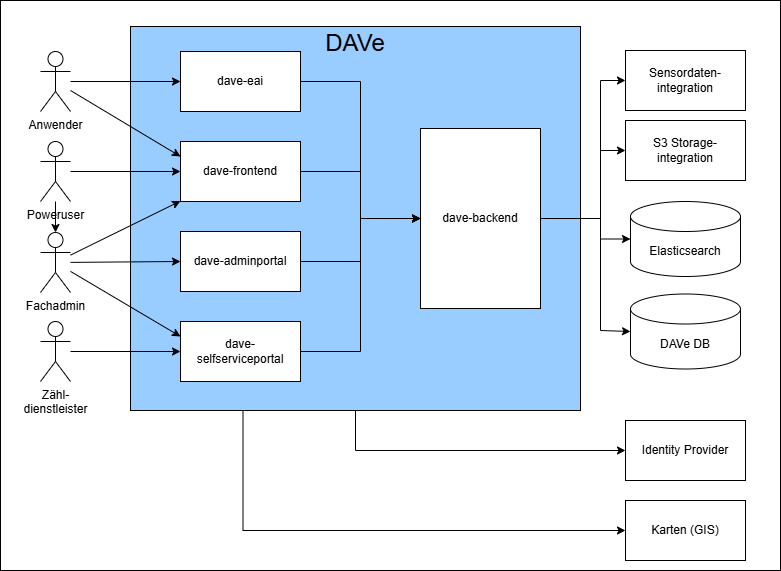
it-at-m/dave keeps this draw.io diagram as docs/src/img/DAVe_Technischer_Kontext.drawio.png. Above is the earlier version. Source tidied: cells renumbered, new cells last; positions are measured from the earlier drawing's top-left corner, leaving out a move shared by most shapes.
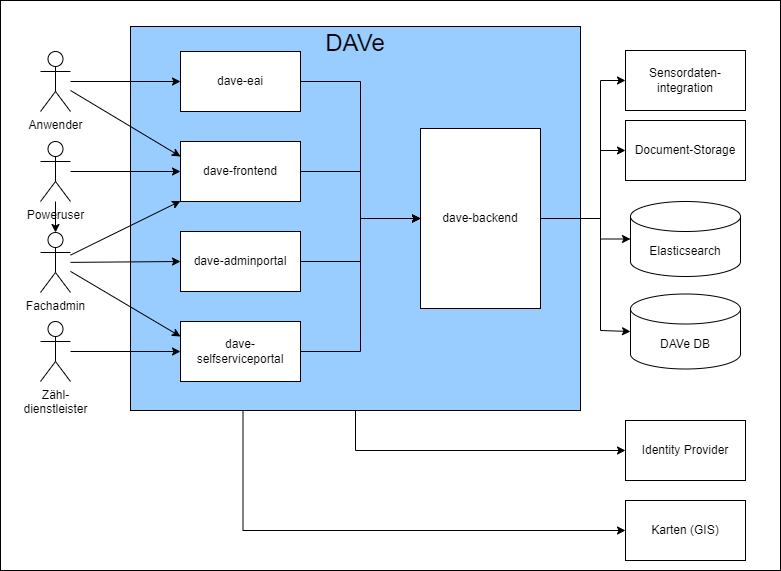
The same diagram one commit later.

Commit message:
FV-110 Umzug Document-Storage-EAI

Diff of the diagram source:
```diff
@@ -2,58 +2,58 @@
   <root>
     <mxCell id="0" />
     <mxCell id="1" parent="0" />
-    <mxCell id="2" style="rounded=0;whiteSpace=wrap;html=1;fillColor=light-dark(#FFFFFF,#FFFFFF);" parent="1" vertex="1">
+    <mxCell id="2" style="rounded=0;whiteSpace=wrap;html=1;fillColor=#FFFFFF;" parent="1" vertex="1">
       <mxGeometry width="780" height="570" as="geometry" />
     </mxCell>
-    <mxCell id="3" value="&lt;font style=&quot;color: light-dark(rgb(0, 0, 0), rgb(0, 0, 0));&quot;&gt;Sensordaten-integration&lt;/font&gt;" style="rounded=0;whiteSpace=wrap;html=1;fillColor=none;strokeColor=light-dark(#000000,#000000);" parent="1" vertex="1">
+    <mxCell id="3" value="&lt;font style=&quot;color: light-dark(rgb(0, 0, 0), rgb(0, 0, 0));&quot;&gt;Sensordaten-integration&lt;/font&gt;" style="rounded=0;whiteSpace=wrap;html=1;fillColor=none;strokeColor=#000000;" parent="1" vertex="1">
       <mxGeometry x="625" y="50" width="120" height="60" as="geometry" />
     </mxCell>
-    <mxCell id="4" value="Fachadmin" style="shape=umlActor;verticalLabelPosition=bottom;verticalAlign=top;html=1;outlineConnect=0;fontColor=light-dark(#000000,#000000);strokeColor=light-dark(#000000,#000000);fillColor=none;" parent="1" vertex="1">
+    <mxCell id="4" value="Fachadmin" style="shape=umlActor;verticalLabelPosition=bottom;verticalAlign=top;html=1;outlineConnect=0;fontColor=light-dark(#000000,#000000);strokeColor=#000000;fillColor=none;" parent="1" vertex="1">
       <mxGeometry x="40" y="232" width="30" height="60" as="geometry" />
     </mxCell>
-    <mxCell id="5" value="Zähl-&lt;br&gt;dienstleister" style="shape=umlActor;verticalLabelPosition=bottom;verticalAlign=top;html=1;outlineConnect=0;strokeColor=light-dark(#000000,#000000);fontColor=light-dark(#000000,#000000);fillColor=none;" parent="1" vertex="1">
+    <mxCell id="5" value="Zähl-&lt;br&gt;dienstleister" style="shape=umlActor;verticalLabelPosition=bottom;verticalAlign=top;html=1;outlineConnect=0;strokeColor=#000000;fontColor=light-dark(#000000,#000000);fillColor=none;" parent="1" vertex="1">
       <mxGeometry x="40" y="321" width="30" height="60" as="geometry" />
     </mxCell>
-    <mxCell id="6" style="edgeStyle=orthogonalEdgeStyle;rounded=0;jettySize=auto;html=1;exitX=0.5;exitY=1;exitDx=0;exitDy=0;entryX=0;entryY=0.5;entryDx=0;entryDy=0;strokeColor=light-dark(#000000,#000000);" parent="1" edge="1" source="7" target="29">
+    <mxCell id="6" style="edgeStyle=orthogonalEdgeStyle;rounded=0;jettySize=auto;html=1;exitX=0.5;exitY=1;exitDx=0;exitDy=0;entryX=0;entryY=0.5;entryDx=0;entryDy=0;strokeColor=#000000;" parent="1" edge="1" source="7" target="29">
       <mxGeometry relative="1" as="geometry" />
     </mxCell>
     <mxCell id="7" value="&lt;font style=&quot;font-size: 24px; color: light-dark(rgb(0, 0, 0), rgb(0, 0, 0));&quot;&gt;DAVe&lt;/font&gt;&lt;div&gt;&lt;font style=&quot;color: light-dark(rgb(0, 0, 0), rgb(0, 0, 0));&quot; size=&quot;3&quot;&gt;&lt;br&gt;&lt;/font&gt;&lt;/div&gt;&lt;div&gt;&lt;font style=&quot;color: light-dark(rgb(0, 0, 0), rgb(0, 0, 0));&quot; size=&quot;3&quot;&gt;&lt;br&gt;&lt;/font&gt;&lt;/div&gt;&lt;div&gt;&lt;font style=&quot;color: light-dark(rgb(0, 0, 0), rgb(0, 0, 0));&quot; size=&quot;3&quot;&gt;&lt;br&gt;&lt;/font&gt;&lt;/div&gt;&lt;div&gt;&lt;font style=&quot;color: light-dark(rgb(0, 0, 0), rgb(0, 0, 0));&quot; size=&quot;3&quot;&gt;&lt;br&gt;&lt;/font&gt;&lt;/div&gt;&lt;div&gt;&lt;font style=&quot;color: light-dark(rgb(0, 0, 0), rgb(0, 0, 0));&quot; size=&quot;3&quot;&gt;&lt;br&gt;&lt;/font&gt;&lt;/div&gt;&lt;div&gt;&lt;font style=&quot;color: light-dark(rgb(0, 0, 0), rgb(0, 0, 0));&quot; size=&quot;3&quot;&gt;&lt;br&gt;&lt;/font&gt;&lt;/div&gt;&lt;div&gt;&lt;font style=&quot;color: light-dark(rgb(0, 0, 0), rgb(0, 0, 0));&quot; size=&quot;3&quot;&gt;&lt;br&gt;&lt;/font&gt;&lt;/div&gt;&lt;div&gt;&lt;font style=&quot;color: light-dark(rgb(0, 0, 0), rgb(0, 0, 0));&quot; size=&quot;3&quot;&gt;&lt;br&gt;&lt;/font&gt;&lt;/div&gt;&lt;div&gt;&lt;br&gt;&lt;/div&gt;&lt;div&gt;&lt;font style=&quot;color: light-dark(rgb(0, 0, 0), rgb(0, 0, 0));&quot; size=&quot;3&quot;&gt;&lt;br&gt;&lt;/font&gt;&lt;/div&gt;&lt;div&gt;&lt;font style=&quot;color: light-dark(rgb(0, 0, 0), rgb(0, 0, 0));&quot; size=&quot;3&quot;&gt;&lt;br&gt;&lt;/font&gt;&lt;/div&gt;&lt;div&gt;&lt;font style=&quot;color: light-dark(rgb(0, 0, 0), rgb(0, 0, 0));&quot; size=&quot;3&quot;&gt;&lt;br&gt;&lt;/font&gt;&lt;/div&gt;&lt;div&gt;&lt;font style=&quot;color: light-dark(rgb(0, 0, 0), rgb(0, 0, 0));&quot; size=&quot;3&quot;&gt;&lt;br&gt;&lt;/font&gt;&lt;/div&gt;&lt;div&gt;&lt;font style=&quot;color: light-dark(rgb(0, 0, 0), rgb(0, 0, 0));&quot; size=&quot;3&quot;&gt;&lt;br&gt;&lt;/font&gt;&lt;/div&gt;&lt;div&gt;&lt;font style=&quot;color: light-dark(rgb(0, 0, 0), rgb(0, 0, 0));&quot; size=&quot;3&quot;&gt;&lt;br&gt;&lt;/font&gt;&lt;/div&gt;&lt;div&gt;&lt;font style=&quot;color: light-dark(rgb(0, 0, 0), rgb(0, 0, 0));&quot;&gt;&lt;br&gt;&lt;/font&gt;&lt;/div&gt;&lt;div&gt;&lt;font style=&quot;color: light-dark(rgb(0, 0, 0), rgb(0, 0, 0));&quot; size=&quot;3&quot;&gt;&lt;br&gt;&lt;/font&gt;&lt;/div&gt;&lt;div&gt;&lt;font style=&quot;color: light-dark(rgb(0, 0, 0), rgb(0, 0, 0));&quot; size=&quot;3&quot;&gt;&lt;br&gt;&lt;/font&gt;&lt;/div&gt;&lt;div&gt;&lt;br&gt;&lt;/div&gt;" style="rounded=0;whiteSpace=wrap;html=1;fillColor=#99CCFF;strokeColor=#000000;" parent="1" vertex="1">
       <mxGeometry x="130" y="26" width="450" height="384" as="geometry" />
     </mxCell>
-    <mxCell id="8" style="rounded=0;jettySize=auto;html=1;strokeColor=light-dark(#000000,#000000);entryX=0;entryY=0.5;entryDx=0;entryDy=0;" parent="1" edge="1" source="10" target="18">
+    <mxCell id="8" style="rounded=0;jettySize=auto;html=1;strokeColor=#000000;entryX=0;entryY=0.5;entryDx=0;entryDy=0;" parent="1" edge="1" source="10" target="18">
       <mxGeometry relative="1" as="geometry" />
     </mxCell>
-    <mxCell id="9" style="rounded=0;jettySize=auto;html=1;entryX=0;entryY=0.25;entryDx=0;entryDy=0;strokeColor=light-dark(#000000,#000000);" parent="1" edge="1" source="10" target="12">
+    <mxCell id="9" style="rounded=0;jettySize=auto;html=1;entryX=0;entryY=0.25;entryDx=0;entryDy=0;strokeColor=#000000;" parent="1" edge="1" source="10" target="12">
       <mxGeometry relative="1" as="geometry" />
     </mxCell>
-    <mxCell id="10" value="Anwender" style="shape=umlActor;verticalLabelPosition=bottom;verticalAlign=top;html=1;outlineConnect=0;strokeColor=light-dark(#000000,#000000);fontColor=light-dark(#000000,#000000);fillColor=none;" parent="1" vertex="1">
+    <mxCell id="10" value="Anwender" style="shape=umlActor;verticalLabelPosition=bottom;verticalAlign=top;html=1;outlineConnect=0;strokeColor=#000000;fontColor=light-dark(#000000,#000000);fillColor=none;" parent="1" vertex="1">
       <mxGeometry x="40" y="51" width="30" height="60" as="geometry" />
     </mxCell>
-    <mxCell id="11" style="edgeStyle=orthogonalEdgeStyle;rounded=0;jettySize=auto;html=1;exitX=1;exitY=0.5;exitDx=0;exitDy=0;entryX=0;entryY=0.5;entryDx=0;entryDy=0;strokeColor=light-dark(#000000,#000000);" parent="1" edge="1" source="12" target="21">
+    <mxCell id="11" style="edgeStyle=orthogonalEdgeStyle;rounded=0;jettySize=auto;html=1;exitX=1;exitY=0.5;exitDx=0;exitDy=0;entryX=0;entryY=0.5;entryDx=0;entryDy=0;strokeColor=#000000;" parent="1" edge="1" source="12" target="21">
       <mxGeometry relative="1" as="geometry" />
     </mxCell>
-    <mxCell id="12" value="&lt;font color=&quot;#000000&quot;&gt;dave-frontend&lt;/font&gt;" style="rounded=0;whiteSpace=wrap;html=1;fillColor=#FFFFFF;strokeColor=light-dark(#000000,#000000);" parent="1" vertex="1">
+    <mxCell id="12" value="&lt;font color=&quot;#000000&quot;&gt;dave-frontend&lt;/font&gt;" style="rounded=0;whiteSpace=wrap;html=1;fillColor=#FFFFFF;strokeColor=#000000;" parent="1" vertex="1">
       <mxGeometry x="180" y="141" width="120" height="60" as="geometry" />
     </mxCell>
-    <mxCell id="13" style="edgeStyle=orthogonalEdgeStyle;rounded=0;jettySize=auto;html=1;exitX=1;exitY=0.5;exitDx=0;exitDy=0;entryX=0;entryY=0.5;entryDx=0;entryDy=0;strokeColor=light-dark(#000000,#000000);" parent="1" edge="1" source="14" target="21">
+    <mxCell id="13" style="edgeStyle=orthogonalEdgeStyle;rounded=0;jettySize=auto;html=1;exitX=1;exitY=0.5;exitDx=0;exitDy=0;entryX=0;entryY=0.5;entryDx=0;entryDy=0;strokeColor=#000000;" parent="1" edge="1" source="14" target="21">
       <mxGeometry relative="1" as="geometry" />
     </mxCell>
-    <mxCell id="14" value="&lt;font color=&quot;#000000&quot;&gt;dave-adminportal&lt;/font&gt;" style="rounded=0;whiteSpace=wrap;html=1;fillColor=#FFFFFF;strokeColor=light-dark(#000000,#000000);" parent="1" vertex="1">
+    <mxCell id="14" value="&lt;font color=&quot;#000000&quot;&gt;dave-adminportal&lt;/font&gt;" style="rounded=0;whiteSpace=wrap;html=1;fillColor=#FFFFFF;strokeColor=#000000;" parent="1" vertex="1">
       <mxGeometry x="180" y="231" width="120" height="60" as="geometry" />
     </mxCell>
-    <mxCell id="15" style="edgeStyle=orthogonalEdgeStyle;rounded=0;jettySize=auto;html=1;exitX=1;exitY=0.5;exitDx=0;exitDy=0;entryX=0;entryY=0.5;entryDx=0;entryDy=0;strokeColor=light-dark(#000000,#000000);" parent="1" edge="1" source="16" target="21">
+    <mxCell id="15" style="edgeStyle=orthogonalEdgeStyle;rounded=0;jettySize=auto;html=1;exitX=1;exitY=0.5;exitDx=0;exitDy=0;entryX=0;entryY=0.5;entryDx=0;entryDy=0;strokeColor=#000000;" parent="1" edge="1" source="16" target="21">
       <mxGeometry relative="1" as="geometry" />
     </mxCell>
-    <mxCell id="16" value="&lt;font color=&quot;#000000&quot;&gt;dave-&lt;/font&gt;&lt;div&gt;&lt;font color=&quot;#000000&quot;&gt;selfserviceportal&lt;/font&gt;&lt;/div&gt;" style="rounded=0;whiteSpace=wrap;html=1;fillColor=#FFFFFF;strokeColor=light-dark(#000000,#000000);" parent="1" vertex="1">
+    <mxCell id="16" value="&lt;font color=&quot;#000000&quot;&gt;dave-&lt;/font&gt;&lt;div&gt;&lt;font color=&quot;#000000&quot;&gt;selfserviceportal&lt;/font&gt;&lt;/div&gt;" style="rounded=0;whiteSpace=wrap;html=1;fillColor=#FFFFFF;strokeColor=#000000;" parent="1" vertex="1">
       <mxGeometry x="180" y="321" width="120" height="60" as="geometry" />
     </mxCell>
-    <mxCell id="17" style="edgeStyle=orthogonalEdgeStyle;rounded=0;jettySize=auto;html=1;exitX=1;exitY=0.5;exitDx=0;exitDy=0;entryX=0;entryY=0.5;entryDx=0;entryDy=0;strokeColor=light-dark(#000000,#000000);" parent="1" edge="1" source="18" target="21">
+    <mxCell id="17" style="edgeStyle=orthogonalEdgeStyle;rounded=0;jettySize=auto;html=1;exitX=1;exitY=0.5;exitDx=0;exitDy=0;entryX=0;entryY=0.5;entryDx=0;entryDy=0;strokeColor=#000000;" parent="1" edge="1" source="18" target="21">
       <mxGeometry relative="1" as="geometry" />
     </mxCell>
-    <mxCell id="18" value="&lt;font color=&quot;#000000&quot;&gt;dave-eai&lt;/font&gt;" style="rounded=0;whiteSpace=wrap;html=1;fillColor=#FFFFFF;strokeColor=light-dark(#000000,#000000);" parent="1" vertex="1">
+    <mxCell id="18" value="&lt;font color=&quot;#000000&quot;&gt;dave-eai&lt;/font&gt;" style="rounded=0;whiteSpace=wrap;html=1;fillColor=#FFFFFF;strokeColor=#000000;" parent="1" vertex="1">
       <mxGeometry x="180" y="51" width="120" height="60" as="geometry" />
     </mxCell>
-    <mxCell id="19" style="edgeStyle=orthogonalEdgeStyle;rounded=0;jettySize=auto;html=1;exitX=1;exitY=0.5;exitDx=0;exitDy=0;entryX=0;entryY=0.5;entryDx=0;entryDy=0;strokeColor=light-dark(#000000,#000000);" parent="1" edge="1" source="21" target="3">
+    <mxCell id="19" style="edgeStyle=orthogonalEdgeStyle;rounded=0;jettySize=auto;html=1;exitX=1;exitY=0.5;exitDx=0;exitDy=0;entryX=0;entryY=0.5;entryDx=0;entryDy=0;strokeColor=#000000;" parent="1" edge="1" source="21" target="3">
       <mxGeometry relative="1" as="geometry">
         <Array as="points">
           <mxPoint x="600" y="218" />
@@ -61,7 +61,7 @@
         </Array>
       </mxGeometry>
     </mxCell>
-    <mxCell id="20" style="edgeStyle=orthogonalEdgeStyle;rounded=0;jettySize=auto;html=1;exitX=1;exitY=0.5;exitDx=0;exitDy=0;entryX=0;entryY=0.5;entryDx=0;entryDy=0;strokeColor=light-dark(#000000,#000000);" parent="1" edge="1" source="21" target="28">
+    <mxCell id="20" style="edgeStyle=orthogonalEdgeStyle;rounded=0;jettySize=auto;html=1;exitX=1;exitY=0.5;exitDx=0;exitDy=0;entryX=0;entryY=0.5;entryDx=0;entryDy=0;strokeColor=#000000;" parent="1" edge="1" source="21" target="28">
       <mxGeometry relative="1" as="geometry">
         <Array as="points">
           <mxPoint x="600" y="218" />
@@ -69,34 +69,34 @@
         </Array>
       </mxGeometry>
     </mxCell>
-    <mxCell id="21" value="&lt;font color=&quot;#000000&quot;&gt;dave-backend&lt;/font&gt;" style="rounded=0;whiteSpace=wrap;html=1;fillColor=#FFFFFF;strokeColor=light-dark(#000000,#000000);" parent="1" vertex="1">
+    <mxCell id="21" value="&lt;font color=&quot;#000000&quot;&gt;dave-backend&lt;/font&gt;" style="rounded=0;whiteSpace=wrap;html=1;fillColor=#FFFFFF;strokeColor=#000000;" parent="1" vertex="1">
       <mxGeometry x="420" y="128" width="120" height="180" as="geometry" />
     </mxCell>
-    <mxCell id="22" style="rounded=0;jettySize=auto;html=1;strokeColor=light-dark(#000000,#000000);entryX=0;entryY=0.5;entryDx=0;entryDy=0;" parent="1" edge="1" source="4" target="14">
+    <mxCell id="22" style="rounded=0;jettySize=auto;html=1;strokeColor=#000000;entryX=0;entryY=0.5;entryDx=0;entryDy=0;" parent="1" edge="1" source="4" target="14">
       <mxGeometry relative="1" as="geometry" />
     </mxCell>
-    <mxCell id="23" style="rounded=0;jettySize=auto;html=1;entryX=0;entryY=0.5;entryDx=0;entryDy=0;strokeColor=light-dark(#000000,#000000);" parent="1" edge="1" source="5" target="16">
+    <mxCell id="23" style="rounded=0;jettySize=auto;html=1;entryX=0;entryY=0.5;entryDx=0;entryDy=0;strokeColor=#000000;" parent="1" edge="1" source="5" target="16">
       <mxGeometry relative="1" as="geometry" />
     </mxCell>
-    <mxCell id="24" style="rounded=0;jettySize=auto;html=1;strokeColor=light-dark(#000000,#000000);" parent="1" edge="1" source="4" target="12">
+    <mxCell id="24" style="rounded=0;jettySize=auto;html=1;strokeColor=#000000;" parent="1" edge="1" source="4" target="12">
       <mxGeometry relative="1" as="geometry" />
     </mxCell>
-    <mxCell id="25" style="rounded=0;jettySize=auto;html=1;entryX=0;entryY=0.25;entryDx=0;entryDy=0;strokeColor=light-dark(#000000,#000000);" parent="1" edge="1" source="4" target="16">
+    <mxCell id="25" style="rounded=0;jettySize=auto;html=1;entryX=0;entryY=0.25;entryDx=0;entryDy=0;strokeColor=#000000;" parent="1" edge="1" source="4" target="16">
       <mxGeometry relative="1" as="geometry" />
     </mxCell>
-    <mxCell id="26" value="Elasticsearch" style="shape=cylinder3;whiteSpace=wrap;html=1;boundedLbl=1;backgroundOutline=1;size=15;fillColor=none;fontColor=light-dark(#000000,#000000);strokeColor=light-dark(#000000,#000000);" parent="1" vertex="1">
+    <mxCell id="26" value="Elasticsearch" style="shape=cylinder3;whiteSpace=wrap;html=1;boundedLbl=1;backgroundOutline=1;size=15;fillColor=none;fontColor=light-dark(#000000,#000000);strokeColor=#000000;" parent="1" vertex="1">
       <mxGeometry x="630" y="201" width="110" height="75" as="geometry" />
     </mxCell>
-    <mxCell id="27" value="DAVe DB" style="shape=cylinder3;whiteSpace=wrap;html=1;boundedLbl=1;backgroundOutline=1;size=15;fillColor=none;fontColor=light-dark(#000000,#000000);strokeColor=light-dark(#000000,#000000);" parent="1" vertex="1">
+    <mxCell id="27" value="DAVe DB" style="shape=cylinder3;whiteSpace=wrap;html=1;boundedLbl=1;backgroundOutline=1;size=15;fillColor=none;fontColor=light-dark(#000000,#000000);strokeColor=#000000;" parent="1" vertex="1">
       <mxGeometry x="630" y="293.5" width="110" height="75" as="geometry" />
     </mxCell>
-    <mxCell id="28" value="&lt;font style=&quot;color: light-dark(rgb(0, 0, 0), rgb(0, 0, 0));&quot;&gt;S3 Storage-integration&lt;/font&gt;" style="rounded=0;whiteSpace=wrap;html=1;fillColor=none;strokeColor=light-dark(#000000,#000000);" parent="1" vertex="1">
+    <mxCell id="28" value="&lt;font style=&quot;color: light-dark(rgb(0, 0, 0), rgb(0, 0, 0));&quot;&gt;Document-Storage&lt;/font&gt;" style="rounded=0;whiteSpace=wrap;html=1;fillColor=none;strokeColor=#000000;" parent="1" vertex="1">
       <mxGeometry x="625" y="120" width="120" height="60" as="geometry" />
     </mxCell>
-    <mxCell id="29" value="&lt;font style=&quot;color: light-dark(rgb(0, 0, 0), rgb(0, 0, 0));&quot;&gt;Identity Provider&lt;/font&gt;" style="rounded=0;whiteSpace=wrap;html=1;fillColor=none;strokeColor=light-dark(#000000,#000000);" parent="1" vertex="1">
+    <mxCell id="29" value="&lt;font style=&quot;color: light-dark(rgb(0, 0, 0), rgb(0, 0, 0));&quot;&gt;Identity Provider&lt;/font&gt;" style="rounded=0;whiteSpace=wrap;html=1;fillColor=none;strokeColor=#000000;" parent="1" vertex="1">
       <mxGeometry x="625" y="420" width="120" height="60" as="geometry" />
     </mxCell>
-    <mxCell id="30" style="edgeStyle=orthogonalEdgeStyle;rounded=0;jettySize=auto;html=1;exitX=1;exitY=0.5;exitDx=0;exitDy=0;entryX=0;entryY=0.5;entryDx=0;entryDy=0;entryPerimeter=0;strokeColor=light-dark(#000000,#000000);" parent="1" edge="1" source="21" target="26">
+    <mxCell id="30" style="edgeStyle=orthogonalEdgeStyle;rounded=0;jettySize=auto;html=1;exitX=1;exitY=0.5;exitDx=0;exitDy=0;entryX=0;entryY=0.5;entryDx=0;entryDy=0;entryPerimeter=0;strokeColor=#000000;" parent="1" edge="1" source="21" target="26">
       <mxGeometry relative="1" as="geometry">
         <Array as="points">
           <mxPoint x="600" y="218" />
@@ -104,7 +104,7 @@
         </Array>
       </mxGeometry>
     </mxCell>
-    <mxCell id="31" style="edgeStyle=orthogonalEdgeStyle;rounded=0;jettySize=auto;html=1;exitX=1;exitY=0.5;exitDx=0;exitDy=0;entryX=0;entryY=0.5;entryDx=0;entryDy=0;entryPerimeter=0;strokeColor=light-dark(#000000,#000000);" parent="1" edge="1" source="21" target="27">
+    <mxCell id="31" style="edgeStyle=orthogonalEdgeStyle;rounded=0;jettySize=auto;html=1;exitX=1;exitY=0.5;exitDx=0;exitDy=0;entryX=0;entryY=0.5;entryDx=0;entryDy=0;entryPerimeter=0;strokeColor=#000000;" parent="1" edge="1" source="21" target="27">
       <mxGeometry relative="1" as="geometry">
         <Array as="points">
           <mxPoint x="600" y="218" />
@@ -118,13 +118,13 @@
     <mxCell id="33" style="edgeStyle=orthogonalEdgeStyle;rounded=0;jettySize=auto;html=1;" parent="1" edge="1" source="34" target="4">
       <mxGeometry relative="1" as="geometry" />
     </mxCell>
-    <mxCell id="34" value="Poweruser" style="shape=umlActor;verticalLabelPosition=bottom;verticalAlign=top;html=1;outlineConnect=0;strokeColor=light-dark(#000000,#000000);fontColor=light-dark(#000000,#000000);fillColor=none;" parent="1" vertex="1">
+    <mxCell id="34" value="Poweruser" style="shape=umlActor;verticalLabelPosition=bottom;verticalAlign=top;html=1;outlineConnect=0;strokeColor=#000000;fontColor=light-dark(#000000,#000000);fillColor=none;" parent="1" vertex="1">
       <mxGeometry x="40" y="141" width="30" height="60" as="geometry" />
     </mxCell>
-    <mxCell id="35" value="Karten (GIS)" style="rounded=0;whiteSpace=wrap;html=1;fillColor=none;strokeColor=light-dark(#000000,#000000);" parent="1" vertex="1">
+    <mxCell id="35" value="Karten (GIS)" style="rounded=0;whiteSpace=wrap;html=1;fillColor=none;strokeColor=#000000;" parent="1" vertex="1">
       <mxGeometry x="625" y="500" width="120" height="60" as="geometry" />
     </mxCell>
-    <mxCell id="36" style="edgeStyle=orthogonalEdgeStyle;rounded=0;jettySize=auto;html=1;exitX=0.25;exitY=1;exitDx=0;exitDy=0;entryX=0;entryY=0.5;entryDx=0;entryDy=0;strokeColor=light-dark(#000000,#000000);" parent="1" edge="1" source="7" target="35">
+    <mxCell id="36" style="edgeStyle=orthogonalEdgeStyle;rounded=0;jettySize=auto;html=1;exitX=0.25;exitY=1;exitDx=0;exitDy=0;entryX=0;entryY=0.5;entryDx=0;entryDy=0;strokeColor=#000000;" parent="1" edge="1" source="7" target="35">
       <mxGeometry relative="1" as="geometry" />
     </mxCell>
   </root>
```
